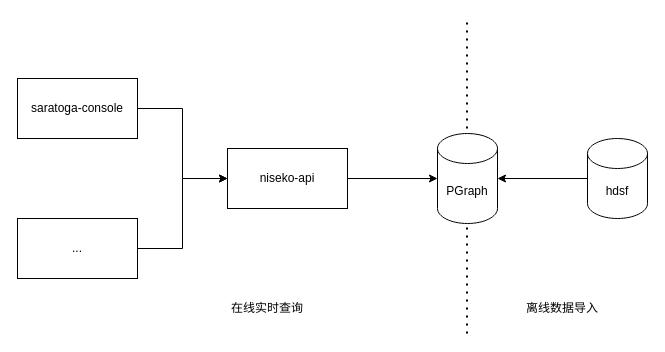
The draw.io diagram page "Page-1" (1 of 2) of 用户画像.drawio in Kang-Shawn/Excellent-life, before the edit. Source tidied: cells renumbered, new cells numbered last; positions are measured from the earlier drawing's top-left corner, leaving out a move shared by most shapes. Both pictures are drawn from the tidied source at 100%, with x=0, y=0 at pixel (17, 18).
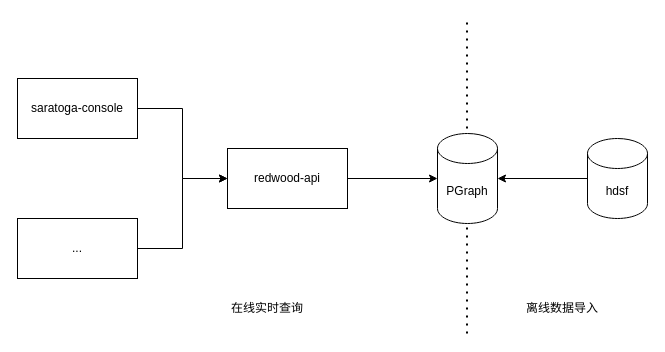
Above is the later version.

The edit, as a diff of the source:
```diff
@@
 <mxGraphModel>
   <root>
     <mxCell id="0" />
     <mxCell id="1" parent="0" />
     <mxCell id="2" value="PGraph" style="shape=cylinder3;whiteSpace=wrap;html=1;boundedLbl=1;backgroundOutline=1;size=15;" parent="1" vertex="1">
       <mxGeometry x="420" y="115" width="60" height="90" as="geometry" />
     </mxCell>
     <mxCell id="3" style="edgeStyle=orthogonalEdgeStyle;rounded=0;jettySize=auto;html=1;entryX=1;entryY=0.5;entryDx=0;entryDy=0;entryPerimeter=0;" parent="1" edge="1" source="4" target="2">
       <mxGeometry relative="1" as="geometry" />
     </mxCell>
     <mxCell id="4" value="hdsf" style="shape=cylinder3;whiteSpace=wrap;html=1;boundedLbl=1;backgroundOutline=1;size=15;" parent="1" vertex="1">
       <mxGeometry x="570" y="120" width="60" height="80" as="geometry" />
     </mxCell>
     <mxCell id="5" style="edgeStyle=orthogonalEdgeStyle;rounded=0;jettySize=auto;html=1;entryX=0;entryY=0.5;entryDx=0;entryDy=0;entryPerimeter=0;" parent="1" edge="1" source="6" target="2">
       <mxGeometry relative="1" as="geometry" />
     </mxCell>
-    <mxCell id="6" value="niseko-api" style="rounded=0;whiteSpace=wrap;html=1;" parent="1" vertex="1">
+    <mxCell id="6" value="redwood-api" style="rounded=0;whiteSpace=wrap;html=1;" parent="1" vertex="1">
       <mxGeometry x="210" y="130" width="120" height="60" as="geometry" />
     </mxCell>
     <mxCell id="7" style="endArrow=none;dashed=1;html=1;dashPattern=1 3;strokeWidth=2;" parent="1" edge="1">
       <mxGeometry relative="1" as="geometry">
         <mxPoint x="449.5" y="110" as="sourcePoint" />
         <mxPoint x="449.5" as="targetPoint" />
       </mxGeometry>
     </mxCell>
     <mxCell id="8" style="endArrow=none;dashed=1;html=1;dashPattern=1 3;strokeWidth=2;" parent="1" edge="1">
       <mxGeometry relative="1" as="geometry">
         <mxPoint x="449.5" y="315" as="sourcePoint" />
         <mxPoint x="449.5" y="205" as="targetPoint" />
       </mxGeometry>
     </mxCell>
     <mxCell id="9" style="edgeStyle=orthogonalEdgeStyle;rounded=0;jettySize=auto;html=1;entryX=0;entryY=0.5;entryDx=0;entryDy=0;" parent="1" edge="1" source="10" target="6">
       <mxGeometry relative="1" as="geometry" />
     </mxCell>
     <mxCell id="10" value="saratoga-console" style="rounded=0;whiteSpace=wrap;html=1;" parent="1" vertex="1">
       <mxGeometry y="60" width="120" height="60" as="geometry" />
     </mxCell>
     <mxCell id="11" style="edgeStyle=orthogonalEdgeStyle;rounded=0;jettySize=auto;html=1;entryX=0;entryY=0.5;entryDx=0;entryDy=0;" parent="1" edge="1" source="12" target="6">
       <mxGeometry relative="1" as="geometry" />
     </mxCell>
     <mxCell id="12" value="..." style="rounded=0;whiteSpace=wrap;html=1;" parent="1" vertex="1">
       <mxGeometry y="200" width="120" height="60" as="geometry" />
     </mxCell>
     <mxCell id="13" value="离线数据导入" style="text;html=1;strokeColor=none;fillColor=none;align=center;verticalAlign=middle;whiteSpace=wrap;rounded=0;" parent="1" vertex="1">
       <mxGeometry x="500" y="280" width="90" height="20" as="geometry" />
     </mxCell>
     <mxCell id="14" value="在线实时查询" style="text;html=1;strokeColor=none;fillColor=none;align=center;verticalAlign=middle;whiteSpace=wrap;rounded=0;" parent="1" vertex="1">
       <mxGeometry x="205" y="280" width="90" height="20" as="geometry" />
     </mxCell>
   </root>
 </mxGraphModel>
```
